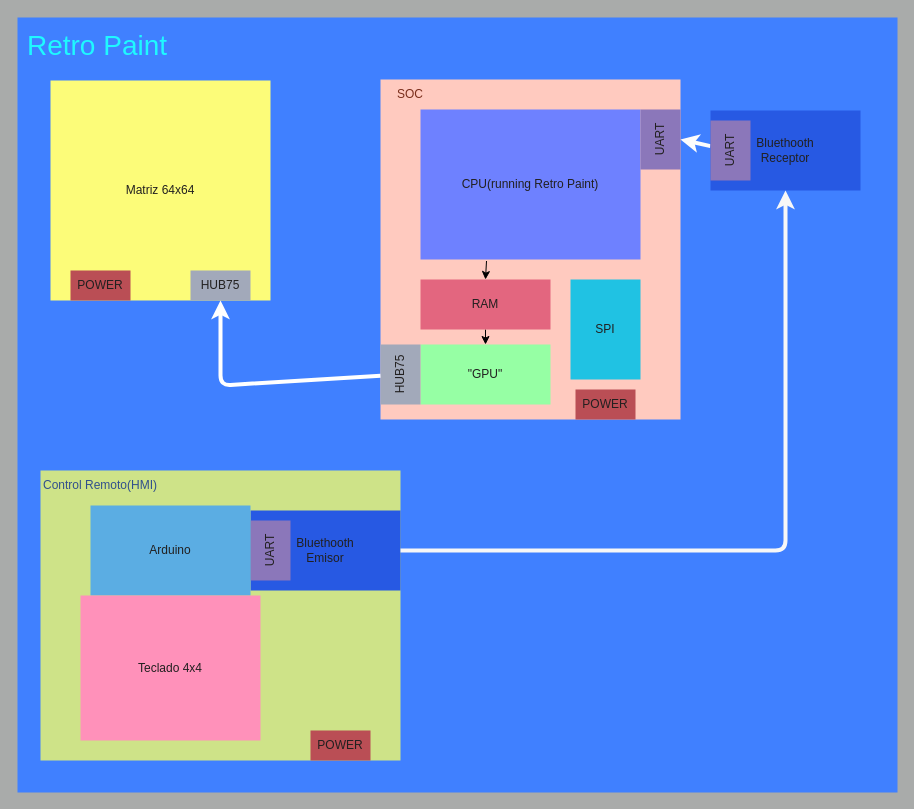
This is retro_paint/diagrams/bloques.drawio from safehehe/PTSD1, a draw.io file, before an edit. Source tidied: cells renumbered, new cells numbered last; positions are measured from the earlier drawing's top-left corner, leaving out a move shared by most shapes. Both pictures are drawn from the tidied source at 100%, with x=0, y=0 at pixel (17, 17).
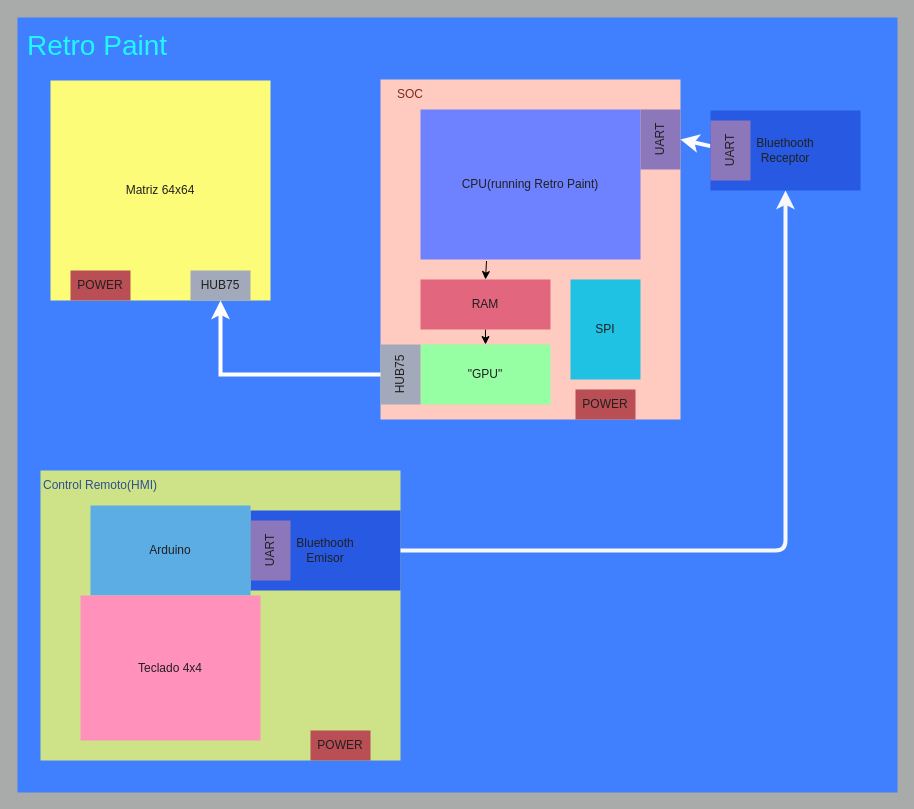
The same diagram, later.

Unchanged cells that the change refers to:
```xml
<mxCell id="6" value="HUB75" style="rounded=0;whiteSpace=wrap;html=1;strokeColor=none;strokeWidth=4;fontColor=#222020;fillColor=#A2A9BA;direction=east;" parent="4" vertex="1">
  <mxGeometry x="140" y="190" width="60" height="30" as="geometry" />
</mxCell>
<mxCell id="13" value="HUB75" style="rounded=0;whiteSpace=wrap;html=1;strokeColor=none;strokeWidth=4;fontColor=#222020;fillColor=#A2A9BA;direction=east;rotation=-90;" parent="8" vertex="1">
  <mxGeometry x="-10" y="275" width="60" height="40" as="geometry" />
</mxCell>
```

The edit, as a diff of the source:
```diff
@@
-    <mxCell id="21" style="edgeStyle=none;html=1;entryX=0.5;entryY=1;entryDx=0;entryDy=0;fontSize=12;fontColor=#222020;strokeWidth=4;strokeColor=#FFFFFF;" parent="1" edge="1" source="13" target="6">
+    <mxCell id="21" style="edgeStyle=none;html=1;entryX=0.5;entryY=1;entryDx=0;entryDy=0;fontSize=12;fontColor=#222020;strokeWidth=4;strokeColor=#FFFFFF;rounded=0;curved=0;" parent="1" edge="1" source="13" target="6">
       <mxGeometry relative="1" as="geometry">
         <Array as="points">
-          <mxPoint x="203" y="368" />
+          <mxPoint x="203" y="357" />
         </Array>
       </mxGeometry>
     </mxCell>
```
